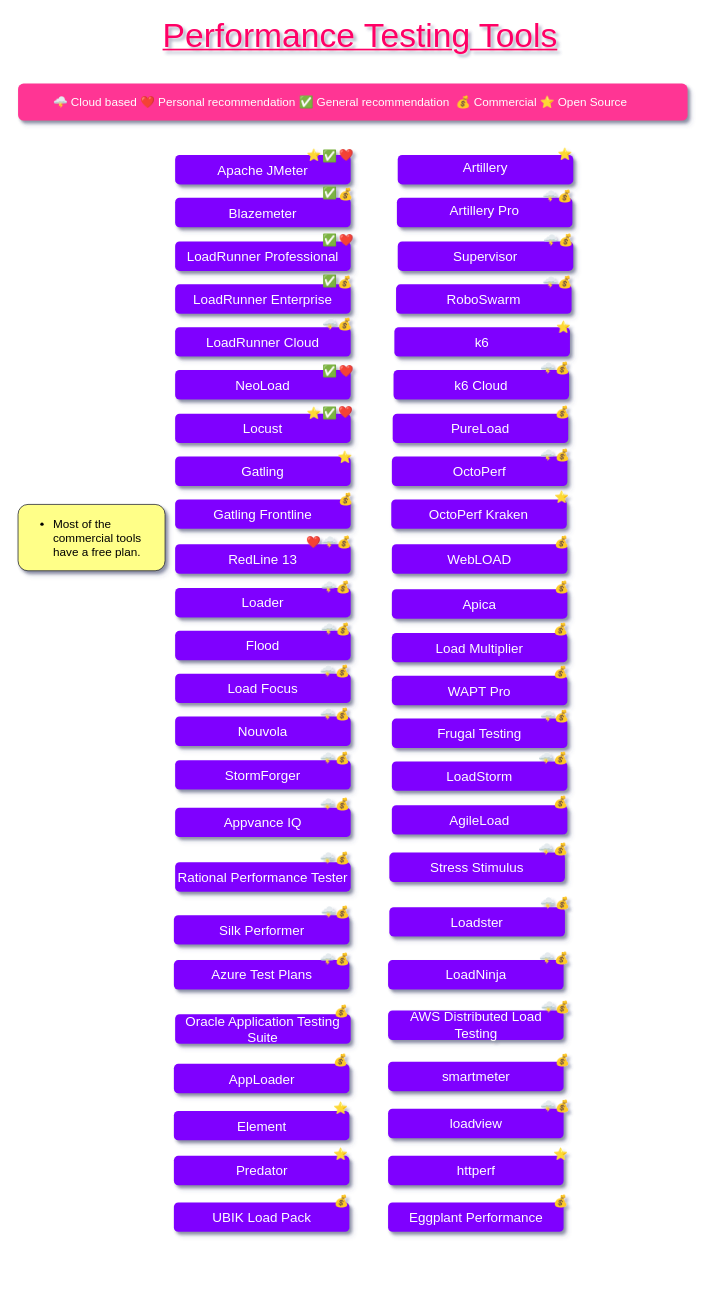
Before: PerformanceTestingTools.drawio in QAInsights/Performance-Testing-Tools, a draw.io diagram. Source tidied: cells renumbered, new cells numbered last; positions are measured from the earlier drawing's top-left corner, leaving out a move shared by most shapes. Both pictures are drawn from the tidied source at 84%, with x=0, y=0 at pixel (18, 26).
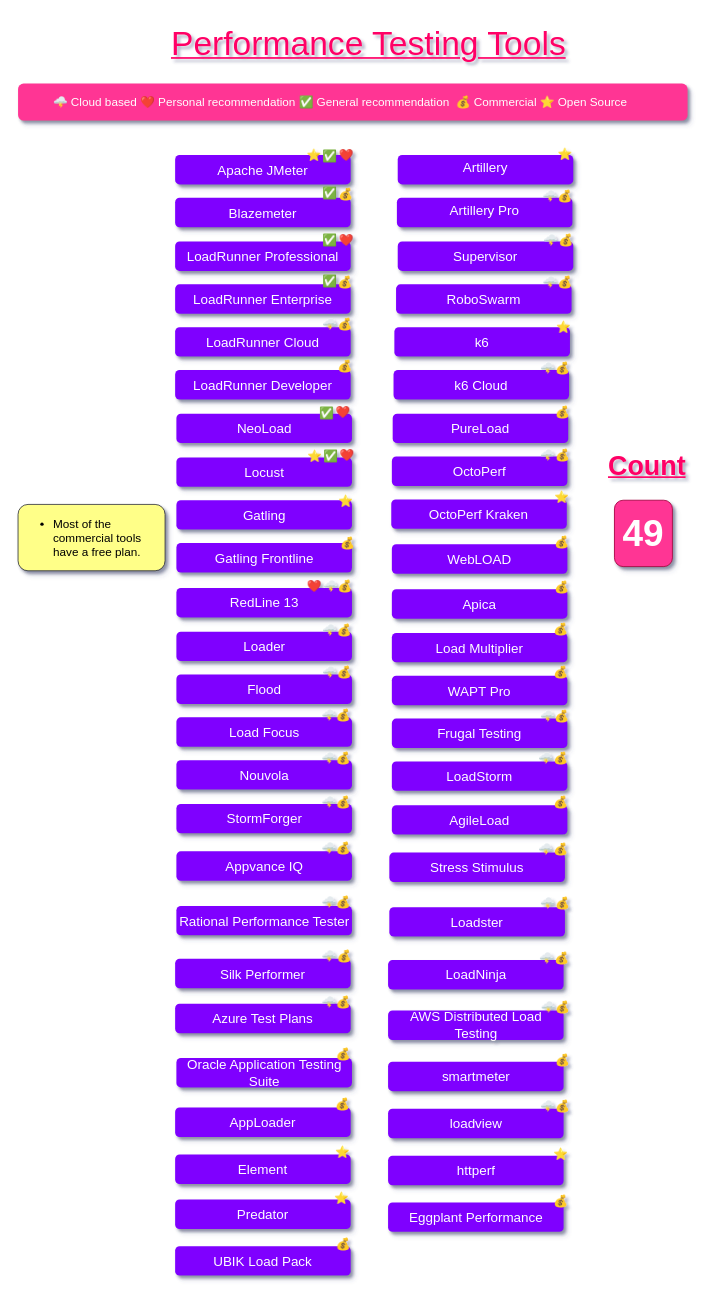
After the change.

The edit, as a diff of the source:
```diff
@@
-    <mxCell id="2" value="&lt;font style=&quot;font-size: 40px&quot;&gt;Performance Testing Tools&lt;/font&gt;" style="text;html=1;strokeColor=none;fillColor=none;align=center;verticalAlign=middle;whiteSpace=wrap;rounded=0;shadow=1;glass=0;sketch=0;fontFamily=Ubuntu;fontSize=24;fontColor=#FF0066;labelBackgroundColor=none;fontStyle=4;horizontal=1;" parent="1" vertex="1">
-      <mxGeometry x="155" width="505" height="20" as="geometry" />
+    <mxCell id="2" value="&lt;font style=&quot;font-size: 32px&quot;&gt;&lt;b&gt;Count&lt;/b&gt;&lt;/font&gt;" style="text;html=1;strokeColor=none;fillColor=none;align=center;verticalAlign=middle;whiteSpace=wrap;rounded=0;shadow=1;glass=0;sketch=0;fontFamily=Ubuntu;fontSize=24;fontColor=#FF0066;labelBackgroundColor=none;fontStyle=4;horizontal=1;" parent="1" vertex="1">
+      <mxGeometry x="697" y="513" width="104" height="20" as="geometry" />
     </mxCell>
@@
     <mxCell id="9" value="&lt;div style=&quot;font-size: 16px&quot;&gt;Locust&lt;/div&gt;" style="rounded=1;whiteSpace=wrap;html=1;shadow=1;glass=0;labelBackgroundColor=none;sketch=0;fontFamily=Ubuntu;fontSize=14;align=center;spacingRight=0;strokeColor=none;fontColor=#FFFFFF;fillColor=#7F00FF;" parent="1" vertex="1">
-      <mxGeometry x="187" y="461" width="209" height="35" as="geometry" />
+      <mxGeometry x="188.5" y="513" width="209" height="35" as="geometry" />
     </mxCell>
     <mxCell id="10" value="&lt;div style=&quot;font-size: 16px&quot;&gt;Gatling&lt;/div&gt;" style="rounded=1;whiteSpace=wrap;html=1;shadow=1;glass=0;labelBackgroundColor=none;sketch=0;fontFamily=Ubuntu;fontSize=14;align=center;spacingRight=0;strokeColor=none;fontColor=#FFFFFF;fillColor=#7F00FF;" parent="1" vertex="1">
-      <mxGeometry x="187" y="512" width="209" height="35" as="geometry" />
+      <mxGeometry x="188.5" y="564" width="209" height="35" as="geometry" />
     </mxCell>
     <mxCell id="11" value="&lt;font style=&quot;font-size: 16px&quot;&gt;NeoLoad&lt;/font&gt;" style="rounded=1;whiteSpace=wrap;html=1;shadow=1;glass=0;labelBackgroundColor=none;sketch=0;fontFamily=Ubuntu;fontSize=14;align=center;spacingRight=0;strokeColor=none;fontColor=#FFFFFF;fillColor=#7F00FF;" parent="1" vertex="1">
-      <mxGeometry x="187" y="409" width="209" height="35" as="geometry" />
+      <mxGeometry x="188.5" y="461" width="209" height="35" as="geometry" />
     </mxCell>
     <mxCell id="12" value="&lt;div style=&quot;font-size: 16px&quot;&gt;Load Focus&lt;/div&gt;" style="rounded=1;whiteSpace=wrap;html=1;shadow=1;glass=0;labelBackgroundColor=none;sketch=0;fontFamily=Ubuntu;fontSize=14;align=center;spacingRight=0;strokeColor=none;fontColor=#FFFFFF;fillColor=#7F00FF;" parent="1" vertex="1">
-      <mxGeometry x="187" y="770.5" width="209" height="35" as="geometry" />
+      <mxGeometry x="188.5" y="822.5" width="209" height="35" as="geometry" />
     </mxCell>
     <mxCell id="13" value="&lt;div style=&quot;font-size: 16px&quot;&gt;Flood&lt;/div&gt;" style="rounded=1;whiteSpace=wrap;html=1;shadow=1;glass=0;labelBackgroundColor=none;sketch=0;fontFamily=Ubuntu;fontSize=14;align=center;spacingRight=0;strokeColor=none;fontColor=#FFFFFF;fillColor=#7F00FF;" parent="1" vertex="1">
-      <mxGeometry x="187" y="719.5" width="209" height="35" as="geometry" />
+      <mxGeometry x="188.5" y="771.5" width="209" height="35" as="geometry" />
     </mxCell>
     <mxCell id="14" value="&lt;font style=&quot;font-size: 16px&quot;&gt;Loader&lt;/font&gt;" style="rounded=1;whiteSpace=wrap;html=1;shadow=1;glass=0;labelBackgroundColor=none;sketch=0;fontFamily=Ubuntu;fontSize=14;align=center;spacingRight=0;strokeColor=none;fontColor=#FFFFFF;fillColor=#7F00FF;" parent="1" vertex="1">
-      <mxGeometry x="187" y="668.5" width="209" height="35" as="geometry" />
+      <mxGeometry x="188.5" y="720.5" width="209" height="35" as="geometry" />
     </mxCell>
     <mxCell id="15" value="&lt;div style=&quot;font-size: 16px&quot;&gt;RedLine 13&lt;/div&gt;" style="rounded=1;whiteSpace=wrap;html=1;shadow=1;glass=0;labelBackgroundColor=none;sketch=0;fontFamily=Ubuntu;fontSize=14;align=center;spacingRight=0;strokeColor=none;fontColor=#FFFFFF;fillColor=#7F00FF;" parent="1" vertex="1">
-      <mxGeometry x="187" y="616.5" width="209" height="35" as="geometry" />
+      <mxGeometry x="188.5" y="668.5" width="209" height="35" as="geometry" />
     </mxCell>
     <mxCell id="16" value="Nouvola" style="rounded=1;whiteSpace=wrap;html=1;shadow=1;glass=0;labelBackgroundColor=none;sketch=0;fontFamily=Ubuntu;fontSize=16;align=center;spacingRight=0;strokeColor=none;fontColor=#FFFFFF;fillColor=#7F00FF;" parent="1" vertex="1">
-      <mxGeometry x="187" y="821.5" width="209" height="35" as="geometry" />
+      <mxGeometry x="188.5" y="873.5" width="209" height="35" as="geometry" />
     </mxCell>
     <mxCell id="17" value="StormForger" style="rounded=1;whiteSpace=wrap;html=1;shadow=1;glass=0;labelBackgroundColor=none;sketch=0;fontFamily=Ubuntu;fontSize=16;align=center;spacingRight=0;strokeColor=none;fontColor=#FFFFFF;fillColor=#7F00FF;" parent="1" vertex="1">
-      <mxGeometry x="187" y="873.5" width="209" height="35" as="geometry" />
+      <mxGeometry x="188.5" y="925.5" width="209" height="35" as="geometry" />
     </mxCell>
@@
     <mxCell id="31" value="Appvance IQ" style="rounded=1;whiteSpace=wrap;html=1;shadow=1;glass=0;labelBackgroundColor=none;sketch=0;fontFamily=Ubuntu;fontSize=16;align=center;spacingRight=0;strokeColor=none;fontColor=#FFFFFF;fillColor=#7F00FF;" parent="1" vertex="1">
-      <mxGeometry x="187" y="930" width="209" height="35" as="geometry" />
+      <mxGeometry x="188.5" y="982" width="209" height="35" as="geometry" />
     </mxCell>
@@
     <mxCell id="34" value="❤️" style="text;html=1;strokeColor=none;fillColor=none;align=center;verticalAlign=middle;whiteSpace=wrap;rounded=0;shadow=1;glass=0;labelBackgroundColor=none;sketch=0;fontFamily=Ubuntu;fontSize=14;fontColor=#FFFFFF;" parent="1" vertex="1">
-      <mxGeometry x="371" y="400" width="40" height="20" as="geometry" />
+      <mxGeometry x="367" y="449" width="40" height="20" as="geometry" />
     </mxCell>
     <mxCell id="35" value="❤️" style="text;html=1;strokeColor=none;fillColor=none;align=center;verticalAlign=middle;whiteSpace=wrap;rounded=0;shadow=1;glass=0;labelBackgroundColor=none;sketch=0;fontFamily=Ubuntu;fontSize=14;fontColor=#FFFFFF;" parent="1" vertex="1">
-      <mxGeometry x="370" y="449" width="40" height="20" as="geometry" />
+      <mxGeometry x="371.5" y="501" width="40" height="20" as="geometry" />
     </mxCell>
@@
     <mxCell id="38" value="&lt;font style=&quot;font-size: 14px&quot;&gt;✅&lt;/font&gt;" style="text;html=1;align=center;verticalAlign=middle;fontSize=14;fontFamily=Ubuntu;fontColor=#FFFFFF;" parent="1" vertex="1">
-      <mxGeometry x="356" y="400" width="29" height="21" as="geometry" />
+      <mxGeometry x="352" y="449" width="29" height="21" as="geometry" />
     </mxCell>
     <mxCell id="39" value="&lt;font style=&quot;font-size: 14px&quot;&gt;✅&lt;/font&gt;" style="text;html=1;align=center;verticalAlign=middle;fontSize=14;fontFamily=Ubuntu;fontColor=#FFFFFF;" parent="1" vertex="1">
-      <mxGeometry x="356" y="449" width="29" height="21" as="geometry" />
+      <mxGeometry x="357.5" y="501" width="29" height="21" as="geometry" />
     </mxCell>
@@
     <mxCell id="42" value="❤️" style="text;html=1;strokeColor=none;fillColor=none;align=center;verticalAlign=middle;whiteSpace=wrap;rounded=0;shadow=1;glass=0;labelBackgroundColor=none;sketch=0;fontFamily=Ubuntu;fontSize=14;fontColor=#FFFFFF;" parent="1" vertex="1">
-      <mxGeometry x="331.5" y="604" width="40" height="20" as="geometry" />
+      <mxGeometry x="333" y="656" width="40" height="20" as="geometry" />
     </mxCell>
@@
     <mxCell id="44" value="&lt;font style=&quot;font-size: 14px&quot;&gt;⭐&lt;/font&gt;" style="text;html=1;align=center;verticalAlign=middle;fontSize=16;fontFamily=Ubuntu;fontColor=#FFFFFF;" parent="1" vertex="1">
-      <mxGeometry x="374" y="500" width="29" height="24" as="geometry" />
+      <mxGeometry x="375.5" y="552" width="29" height="24" as="geometry" />
     </mxCell>
@@
     <mxCell id="46" value="Gatling Frontline" style="rounded=1;whiteSpace=wrap;html=1;shadow=1;glass=0;labelBackgroundColor=none;sketch=0;fontFamily=Ubuntu;fontSize=16;align=center;spacingRight=0;strokeColor=none;fontColor=#FFFFFF;fillColor=#7F00FF;" parent="1" vertex="1">
-      <mxGeometry x="187" y="563" width="209" height="35" as="geometry" />
+      <mxGeometry x="188.5" y="615" width="209" height="35" as="geometry" />
     </mxCell>
@@
     <mxCell id="86" style="group;" parent="1" vertex="1">
-      <mxGeometry x="354" y="916" width="44.5" height="19" as="geometry" />
+      <mxGeometry x="355.5" y="968" width="44.5" height="19" as="geometry" />
     </mxCell>
@@
     <mxCell id="89" style="group;" parent="1" vertex="1">
-      <mxGeometry x="354" y="861" width="44.5" height="19" as="geometry" />
+      <mxGeometry x="355.5" y="913" width="44.5" height="19" as="geometry" />
     </mxCell>
@@
     <mxCell id="92" style="group;" parent="1" vertex="1">
-      <mxGeometry x="354" y="809" width="44.5" height="19" as="geometry" />
+      <mxGeometry x="355.5" y="861" width="44.5" height="19" as="geometry" />
     </mxCell>
@@
     <mxCell id="95" style="group;" parent="1" vertex="1">
-      <mxGeometry x="354" y="758" width="44.5" height="19" as="geometry" />
+      <mxGeometry x="355.5" y="810" width="44.5" height="19" as="geometry" />
     </mxCell>
@@
     <mxCell id="98" style="group;" parent="1" vertex="1">
-      <mxGeometry x="355" y="707" width="44.5" height="19" as="geometry" />
+      <mxGeometry x="356.5" y="759" width="44.5" height="19" as="geometry" />
     </mxCell>
@@
     <mxCell id="101" style="group;" parent="1" vertex="1">
-      <mxGeometry x="355" y="657" width="44.5" height="19" as="geometry" />
+      <mxGeometry x="356.5" y="709" width="44.5" height="19" as="geometry" />
     </mxCell>
@@
     <mxCell id="104" value="&lt;span style=&quot;color: rgb(255 , 255 , 255) ; font-family: &amp;#34;ubuntu&amp;#34; ; font-size: 14px ; text-align: left&quot;&gt;💰&lt;/span&gt;" style="text;html=1;align=center;verticalAlign=middle;" parent="1" vertex="1">
-      <mxGeometry x="377" y="553" width="26" height="19" as="geometry" />
+      <mxGeometry x="378.5" y="605" width="26" height="19" as="geometry" />
     </mxCell>
     <mxCell id="105" style="group;" parent="1" vertex="1">
-      <mxGeometry x="356" y="604" width="44.5" height="19" as="geometry" />
+      <mxGeometry x="357.5" y="656" width="44.5" height="19" as="geometry" />
     </mxCell>
@@
     <mxCell id="108" value="Rational Performance Tester" style="rounded=1;whiteSpace=wrap;html=1;shadow=1;glass=0;labelBackgroundColor=none;sketch=0;fontFamily=Ubuntu;fontSize=16;align=center;spacingRight=0;strokeColor=none;fontColor=#FFFFFF;fillColor=#7F00FF;" parent="1" vertex="1">
-      <mxGeometry x="187" y="995" width="209" height="35" as="geometry" />
+      <mxGeometry x="188.5" y="1047" width="209" height="35" as="geometry" />
     </mxCell>
     <mxCell id="109" style="group;" parent="1" vertex="1">
-      <mxGeometry x="354" y="980" width="44.5" height="19" as="geometry" />
+      <mxGeometry x="355.5" y="1032" width="44.5" height="19" as="geometry" />
     </mxCell>
@@
     <mxCell id="116" value="Silk Performer" style="rounded=1;whiteSpace=wrap;html=1;shadow=1;glass=0;labelBackgroundColor=none;sketch=0;fontFamily=Ubuntu;fontSize=16;align=center;spacingRight=0;strokeColor=none;fontColor=#FFFFFF;fillColor=#7F00FF;" parent="1" vertex="1">
-      <mxGeometry x="185.5" y="1058" width="209" height="35" as="geometry" />
+      <mxGeometry x="187" y="1110" width="209" height="35" as="geometry" />
     </mxCell>
     <mxCell id="117" style="group;" parent="1" vertex="1">
-      <mxGeometry x="354.5" y="1045" width="44.5" height="19" as="geometry" />
+      <mxGeometry x="356" y="1097" width="44.5" height="19" as="geometry" />
     </mxCell>
@@
     <mxCell id="124" value="Azure Test Plans" style="rounded=1;whiteSpace=wrap;html=1;shadow=1;glass=0;labelBackgroundColor=none;sketch=0;fontFamily=Ubuntu;fontSize=16;align=center;spacingRight=0;strokeColor=none;fontColor=#FFFFFF;fillColor=#7F00FF;" parent="1" vertex="1">
-      <mxGeometry x="185.5" y="1111.5" width="209" height="35" as="geometry" />
+      <mxGeometry x="187" y="1163.5" width="209" height="35" as="geometry" />
     </mxCell>
     <mxCell id="125" style="group;" parent="1" vertex="1">
-      <mxGeometry x="354" y="1100" width="44.5" height="19" as="geometry" />
+      <mxGeometry x="355.5" y="1152" width="44.5" height="19" as="geometry" />
     </mxCell>
@@
     <mxCell id="132" value="&lt;h4&gt;&lt;span style=&quot;font-weight: normal&quot;&gt;Oracle Application Testing Suite&lt;/span&gt;&lt;/h4&gt;" style="rounded=1;whiteSpace=wrap;html=1;shadow=1;glass=0;labelBackgroundColor=none;sketch=0;fontFamily=Ubuntu;fontSize=16;align=center;spacingRight=0;strokeColor=none;fontColor=#FFFFFF;fillColor=#7F00FF;" parent="1" vertex="1">
-      <mxGeometry x="187" y="1176" width="209" height="35" as="geometry" />
+      <mxGeometry x="188.5" y="1228" width="209" height="35" as="geometry" />
     </mxCell>
     <mxCell id="133" value="&lt;span style=&quot;color: rgb(255 , 255 , 255) ; font-family: &amp;#34;ubuntu&amp;#34; ; font-size: 14px ; text-align: left&quot;&gt;💰&lt;/span&gt;" style="text;html=1;align=center;verticalAlign=middle;" parent="1" vertex="1">
-      <mxGeometry x="372" y="1162" width="26" height="19" as="geometry" />
+      <mxGeometry x="373.5" y="1214" width="26" height="19" as="geometry" />
     </mxCell>
     <mxCell id="134" value="AppLoader" style="rounded=1;whiteSpace=wrap;html=1;shadow=1;glass=0;labelBackgroundColor=none;sketch=0;fontFamily=Ubuntu;fontSize=16;align=center;spacingRight=0;strokeColor=none;fontColor=#FFFFFF;fillColor=#7F00FF;" parent="1" vertex="1">
-      <mxGeometry x="185.5" y="1235" width="209" height="35" as="geometry" />
+      <mxGeometry x="187" y="1287" width="209" height="35" as="geometry" />
     </mxCell>
@@
     <mxCell id="137" value="&lt;span style=&quot;color: rgb(255 , 255 , 255) ; font-family: &amp;#34;ubuntu&amp;#34; ; font-size: 14px ; text-align: left&quot;&gt;💰&lt;/span&gt;" style="text;html=1;align=center;verticalAlign=middle;" parent="1" vertex="1">
-      <mxGeometry x="371" y="1221" width="26" height="19" as="geometry" />
+      <mxGeometry x="372.5" y="1273" width="26" height="19" as="geometry" />
     </mxCell>
@@
     <mxCell id="142" value="Element" style="rounded=1;whiteSpace=wrap;html=1;shadow=1;glass=0;labelBackgroundColor=none;sketch=0;fontFamily=Ubuntu;fontSize=16;align=center;spacingRight=0;strokeColor=none;fontColor=#FFFFFF;fillColor=#7F00FF;" parent="1" vertex="1">
-      <mxGeometry x="185.5" y="1291" width="209" height="35" as="geometry" />
+      <mxGeometry x="187" y="1343" width="209" height="35" as="geometry" />
     </mxCell>
     <mxCell id="143" value="&lt;font style=&quot;font-size: 14px&quot;&gt;⭐&lt;/font&gt;" style="text;html=1;align=center;verticalAlign=middle;fontSize=16;fontFamily=Ubuntu;fontColor=#FFFFFF;" parent="1" vertex="1">
-      <mxGeometry x="369.5" y="1275" width="29" height="24" as="geometry" />
+      <mxGeometry x="371" y="1327" width="29" height="24" as="geometry" />
     </mxCell>
@@
     <mxCell id="146" value="Predator" style="rounded=1;whiteSpace=wrap;html=1;shadow=1;glass=0;labelBackgroundColor=none;sketch=0;fontFamily=Ubuntu;fontSize=16;align=center;spacingRight=0;strokeColor=none;fontColor=#FFFFFF;fillColor=#7F00FF;" parent="1" vertex="1">
-      <mxGeometry x="185.5" y="1344.5" width="209" height="35" as="geometry" />
+      <mxGeometry x="187" y="1396.5" width="209" height="35" as="geometry" />
     </mxCell>
     <mxCell id="147" value="&lt;font style=&quot;font-size: 14px&quot;&gt;⭐&lt;/font&gt;" style="text;html=1;align=center;verticalAlign=middle;fontSize=16;fontFamily=Ubuntu;fontColor=#FFFFFF;" parent="1" vertex="1">
-      <mxGeometry x="369" y="1329.5" width="29" height="24" as="geometry" />
+      <mxGeometry x="370.5" y="1381.5" width="29" height="24" as="geometry" />
     </mxCell>
     <mxCell id="148" value="&lt;font style=&quot;font-size: 14px&quot;&gt;⭐&lt;/font&gt;" style="text;html=1;align=center;verticalAlign=middle;fontSize=16;fontFamily=Ubuntu;fontColor=#FFFFFF;" parent="1" vertex="1">
-      <mxGeometry x="337" y="446.5" width="29" height="24" as="geometry" />
+      <mxGeometry x="338.5" y="498.5" width="29" height="24" as="geometry" />
     </mxCell>
@@
     <mxCell id="152" value="UBIK Load Pack" style="rounded=1;whiteSpace=wrap;html=1;shadow=1;glass=0;labelBackgroundColor=none;sketch=0;fontFamily=Ubuntu;fontSize=16;align=center;spacingRight=0;strokeColor=none;fontColor=#FFFFFF;fillColor=#7F00FF;" parent="1" vertex="1">
-      <mxGeometry x="185.5" y="1400" width="209" height="35" as="geometry" />
+      <mxGeometry x="187" y="1452" width="209" height="35" as="geometry" />
     </mxCell>
     <mxCell id="153" value="&lt;span style=&quot;color: rgb(255 , 255 , 255) ; font-family: &amp;#34;ubuntu&amp;#34; ; font-size: 14px ; text-align: left&quot;&gt;💰&lt;/span&gt;" style="text;html=1;align=center;verticalAlign=middle;" parent="1" vertex="1">
-      <mxGeometry x="372" y="1388" width="26" height="19" as="geometry" />
+      <mxGeometry x="373.5" y="1440" width="26" height="19" as="geometry" />
     </mxCell>
@@
+    <mxCell id="156" value="&lt;div style=&quot;font-size: 16px&quot;&gt;LoadRunner Developer&lt;/div&gt;" style="rounded=1;whiteSpace=wrap;html=1;shadow=1;glass=0;labelBackgroundColor=none;sketch=0;fontFamily=Ubuntu;fontSize=14;align=center;spacingRight=0;strokeColor=none;fontColor=#FFFFFF;fillColor=#7F00FF;" parent="1" vertex="1">
+      <mxGeometry x="187" y="409" width="209" height="35" as="geometry" />
+    </mxCell>
+    <mxCell id="157" style="group;" parent="1" vertex="1">
+      <mxGeometry x="357" y="395.5" width="44.5" height="19" as="geometry" />
+    </mxCell>
+    <mxCell id="158" value="&lt;span style=&quot;color: rgb(255 , 255 , 255) ; font-family: &amp;#34;ubuntu&amp;#34; ; font-size: 14px ; text-align: left&quot;&gt;💰&lt;/span&gt;" style="text;html=1;align=center;verticalAlign=middle;" parent="157" vertex="1">
+      <mxGeometry x="18.5" width="26" height="19" as="geometry" />
+    </mxCell>
+    <mxCell id="159" value="&lt;div&gt;&lt;font style=&quot;font-size: 44px&quot;&gt;&lt;b&gt;49&lt;/b&gt;&lt;/font&gt;&lt;/div&gt;" style="rounded=1;whiteSpace=wrap;html=1;shadow=1;glass=0;labelBackgroundColor=none;sketch=0;fontFamily=Ubuntu;fontSize=14;align=center;spacingRight=0;strokeColor=#A50040;spacingTop=0;spacing=2;fontColor=#ffffff;fillColor=#FF3694;" parent="1" vertex="1">
+      <mxGeometry x="710" y="564" width="69" height="79" as="geometry" />
+    </mxCell>
+    <mxCell id="160" value="&lt;font style=&quot;font-size: 40px&quot;&gt;Performance Testing Tools&lt;/font&gt;" style="text;html=1;strokeColor=none;fillColor=none;align=center;verticalAlign=middle;whiteSpace=wrap;rounded=0;shadow=1;glass=0;sketch=0;fontFamily=Ubuntu;fontSize=24;fontColor=#FF0066;labelBackgroundColor=none;fontStyle=4;horizontal=1;" parent="1" vertex="1">
+      <mxGeometry x="165" y="10" width="505" height="20" as="geometry" />
+    </mxCell>
+    <mxCell id="161" style="edgeStyle=orthogonalEdgeStyle;rounded=0;orthogonalLoop=1;jettySize=auto;html=1;exitX=0.5;exitY=1;exitDx=0;exitDy=0;" parent="1" edge="1" source="2" target="2">
+      <mxGeometry relative="1" as="geometry" />
+    </mxCell>
```
